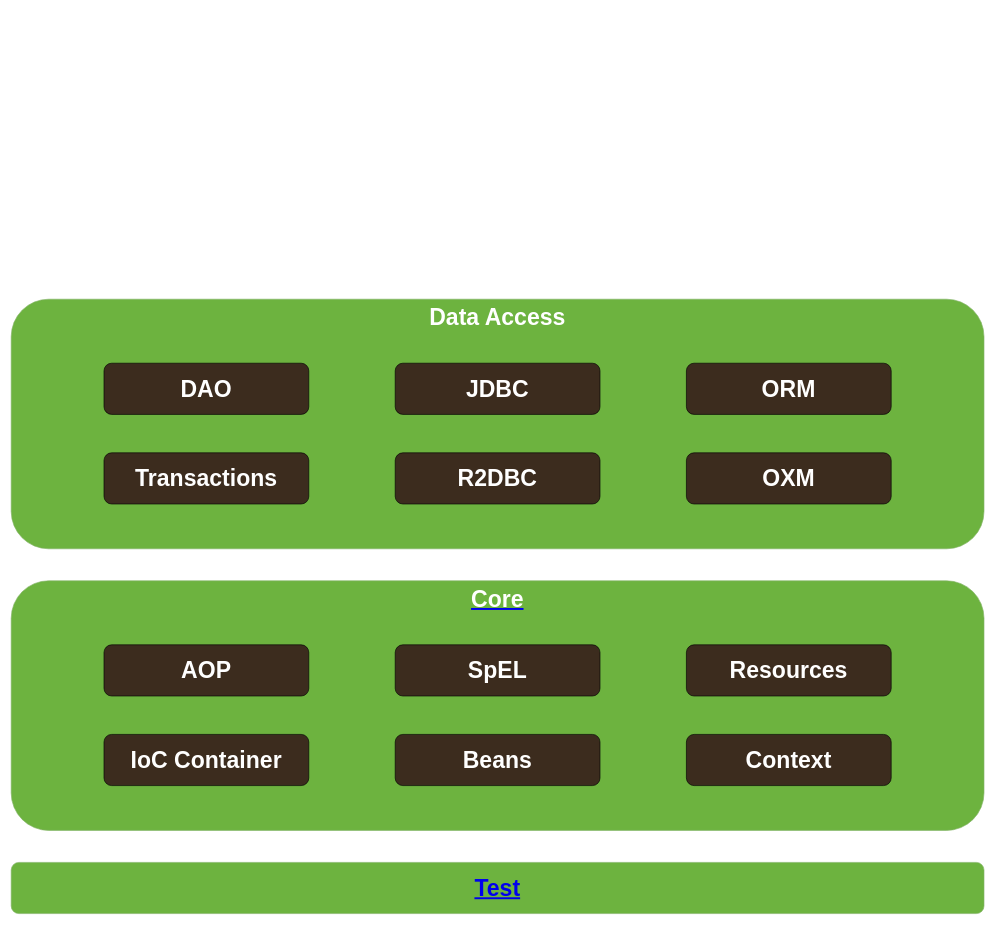
Earlier version of the draw.io diagram java-road-map/SpringFramework6.1.x.drawio (zhuyee/draw). Source tidied: cells renumbered, new cells numbered last; positions are measured from the earlier drawing's top-left corner, leaving out a move shared by most shapes. Both pictures are drawn from the tidied source at 64%, with x=0, y=0 at pixel (11, 299).
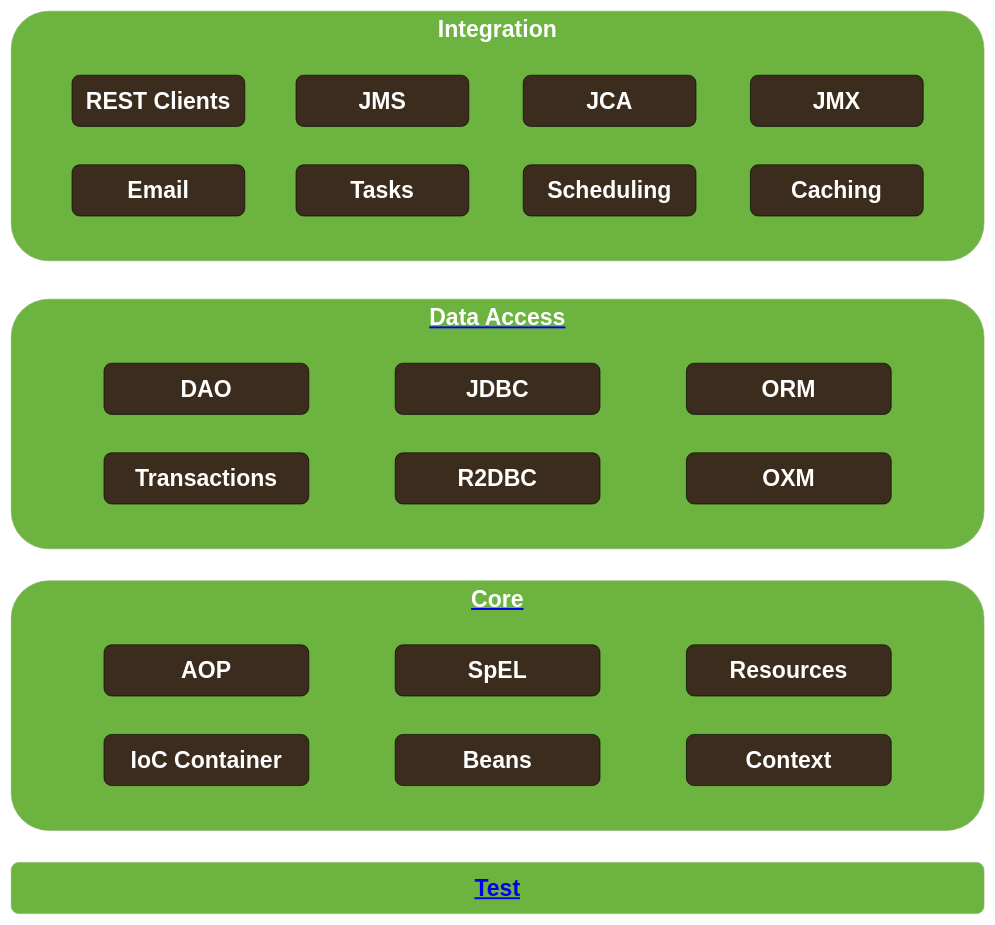
Above is the later version.

What changed in the source:
```diff
@@
-    <mxCell id="10" value="&lt;font color=&quot;#ffffff&quot;&gt;&lt;span style=&quot;font-size: 36px;&quot;&gt;Data Access&lt;/span&gt;&lt;/font&gt;" style="rounded=1;whiteSpace=wrap;html=1;fontStyle=1;fillColor=#6db33f;strokeColor=#82b366;glass=0;shadow=0;verticalAlign=top;" parent="1" vertex="1">
+    <mxCell id="10" value="&lt;span style=&quot;font-size: 36px;&quot;&gt;&lt;a href=&quot;https://docs.spring.io/spring-framework/docs/6.1.x-SNAPSHOT/reference/html/data-access.html&quot;&gt;&lt;font color=&quot;#ffffff&quot;&gt;Data Access&lt;/font&gt;&lt;/a&gt;&lt;/span&gt;" style="rounded=1;whiteSpace=wrap;html=1;fontStyle=1;fillColor=#6db33f;strokeColor=#82b366;glass=0;shadow=0;verticalAlign=top;" parent="1" vertex="1">
       <mxGeometry width="1520" height="390" as="geometry" />
     </mxCell>
@@
+    <mxCell id="17" value="&lt;font color=&quot;#ffffff&quot;&gt;&lt;span style=&quot;font-size: 36px;&quot;&gt;Integration&lt;/span&gt;&lt;/font&gt;" style="rounded=1;whiteSpace=wrap;html=1;fontStyle=1;fillColor=#6db33f;strokeColor=#82b366;glass=0;shadow=0;verticalAlign=top;" parent="1" vertex="1">
+      <mxGeometry y="-450" width="1520" height="390" as="geometry" />
+    </mxCell>
+    <mxCell id="18" value="&lt;font color=&quot;#ffffff&quot; style=&quot;font-size: 36px;&quot;&gt;JMS&lt;br&gt;&lt;/font&gt;" style="rounded=1;whiteSpace=wrap;html=1;fillColor=#3c2c1e;fontStyle=1;" parent="1" vertex="1">
+      <mxGeometry x="445" y="-350" width="270" height="80" as="geometry" />
+    </mxCell>
+    <mxCell id="19" value="&lt;font color=&quot;#ffffff&quot; style=&quot;font-size: 36px;&quot;&gt;JCA&lt;/font&gt;" style="rounded=1;whiteSpace=wrap;html=1;fillColor=#3c2c1e;fontStyle=1;" parent="1" vertex="1">
+      <mxGeometry x="800" y="-350" width="270" height="80" as="geometry" />
+    </mxCell>
+    <mxCell id="20" value="&lt;font color=&quot;#ffffff&quot; style=&quot;font-size: 36px;&quot;&gt;REST Clients&lt;/font&gt;" style="rounded=1;whiteSpace=wrap;html=1;fillColor=#3c2c1e;fontStyle=1;" parent="1" vertex="1">
+      <mxGeometry x="95" y="-350" width="270" height="80" as="geometry" />
+    </mxCell>
+    <mxCell id="21" value="&lt;font color=&quot;#ffffff&quot; style=&quot;font-size: 36px;&quot;&gt;JMX&lt;/font&gt;" style="rounded=1;whiteSpace=wrap;html=1;fillColor=#3c2c1e;fontStyle=1;" parent="1" vertex="1">
+      <mxGeometry x="1155" y="-350" width="270" height="80" as="geometry" />
+    </mxCell>
+    <mxCell id="22" value="&lt;font color=&quot;#ffffff&quot; style=&quot;font-size: 36px;&quot;&gt;Tasks&lt;br&gt;&lt;/font&gt;" style="rounded=1;whiteSpace=wrap;html=1;fillColor=#3c2c1e;fontStyle=1;" parent="1" vertex="1">
+      <mxGeometry x="445" y="-210" width="270" height="80" as="geometry" />
+    </mxCell>
+    <mxCell id="23" value="&lt;font color=&quot;#ffffff&quot; style=&quot;font-size: 36px;&quot;&gt;Scheduling&lt;/font&gt;" style="rounded=1;whiteSpace=wrap;html=1;fillColor=#3c2c1e;fontStyle=1;" parent="1" vertex="1">
+      <mxGeometry x="800" y="-210" width="270" height="80" as="geometry" />
+    </mxCell>
+    <mxCell id="24" value="&lt;font color=&quot;#ffffff&quot; style=&quot;font-size: 36px;&quot;&gt;Email&lt;/font&gt;" style="rounded=1;whiteSpace=wrap;html=1;fillColor=#3c2c1e;fontStyle=1;" parent="1" vertex="1">
+      <mxGeometry x="95" y="-210" width="270" height="80" as="geometry" />
+    </mxCell>
+    <mxCell id="25" value="&lt;font color=&quot;#ffffff&quot; style=&quot;font-size: 36px;&quot;&gt;Caching&lt;/font&gt;" style="rounded=1;whiteSpace=wrap;html=1;fillColor=#3c2c1e;fontStyle=1;" parent="1" vertex="1">
+      <mxGeometry x="1155" y="-210" width="270" height="80" as="geometry" />
+    </mxCell>
```
